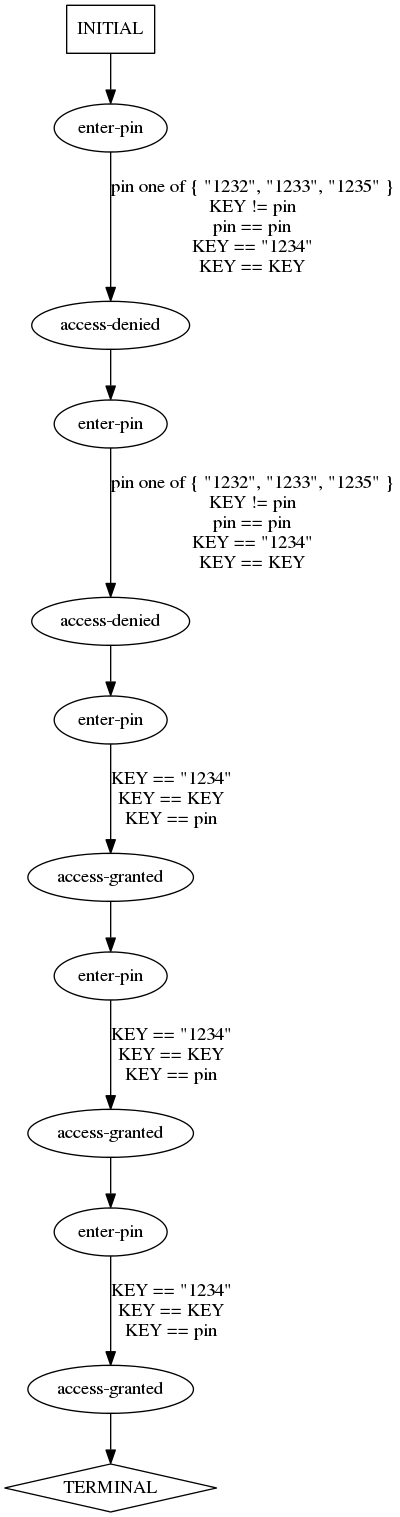
Before: traces/abstract/verify-pin/predicted-paths/verify-pin-test4.dot.png, a diagram exported from Graphviz (ModelInference/synoptic). Its source is kept beside it as traces/abstract/verify-pin/predicted-paths/verify-pin-test4.dot.
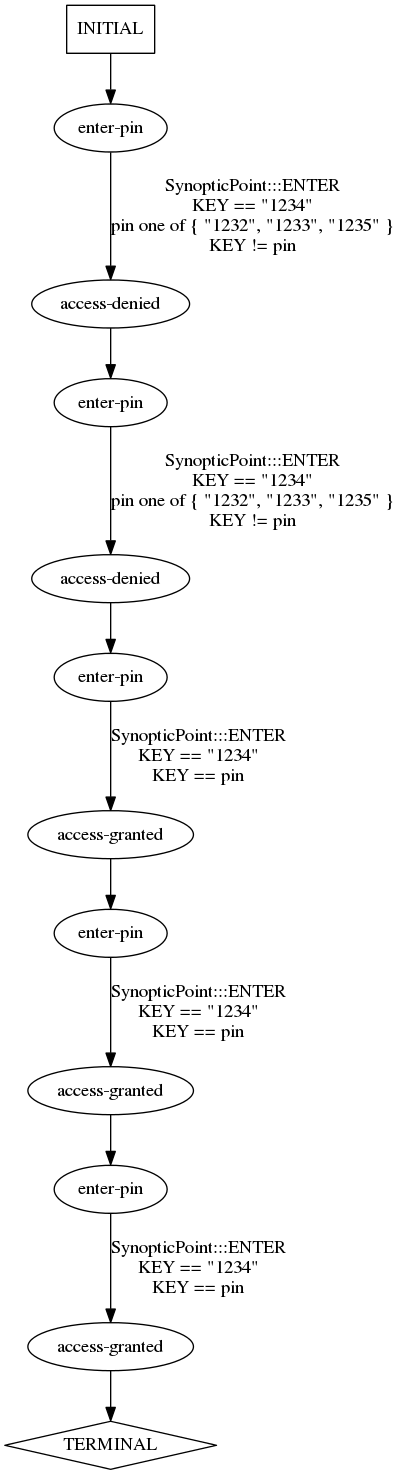
The same diagram one commit later.

What changed in the source:
```diff
@@ -16,10 +16,10 @@
 2->8 [label="",];
 3->9 [label="",];
 4->10 [label="",];
-5->0 [label="pin one of { \"1232\", \"1233\", \"1235\" }\nKEY != pin\npin == pin\nKEY == \"1234\"\nKEY == KEY",];
-6->1 [label="pin one of { \"1232\", \"1233\", \"1235\" }\nKEY != pin\npin == pin\nKEY == \"1234\"\nKEY == KEY",];
-7->2 [label="KEY == \"1234\"\nKEY == KEY\nKEY == pin",];
-8->3 [label="KEY == \"1234\"\nKEY == KEY\nKEY == pin",];
-9->4 [label="KEY == \"1234\"\nKEY == KEY\nKEY == pin",];
+5->0 [label="SynopticPoint:::ENTER\nKEY == \"1234\"\npin one of { \"1232\", \"1233\", \"1235\" }\nKEY != pin\n",];
+6->1 [label="SynopticPoint:::ENTER\nKEY == \"1234\"\npin one of { \"1232\", \"1233\", \"1235\" }\nKEY != pin\n",];
+7->2 [label="SynopticPoint:::ENTER\nKEY == \"1234\"\nKEY == pin\n",];
+8->3 [label="SynopticPoint:::ENTER\nKEY == \"1234\"\nKEY == pin\n",];
+9->4 [label="SynopticPoint:::ENTER\nKEY == \"1234\"\nKEY == pin\n",];
 11->5 [label="",];
 } // digraph {
```
